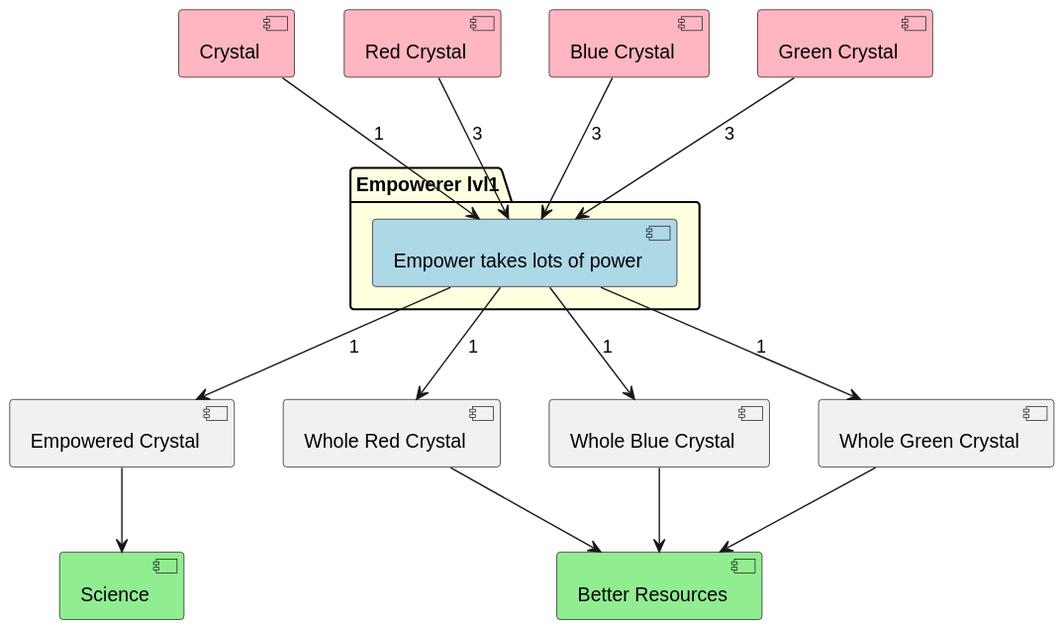
Above: Documentation/upgrade.svg in Thomas-De-Praetere/CrystalMod (PlantUML), before the change.
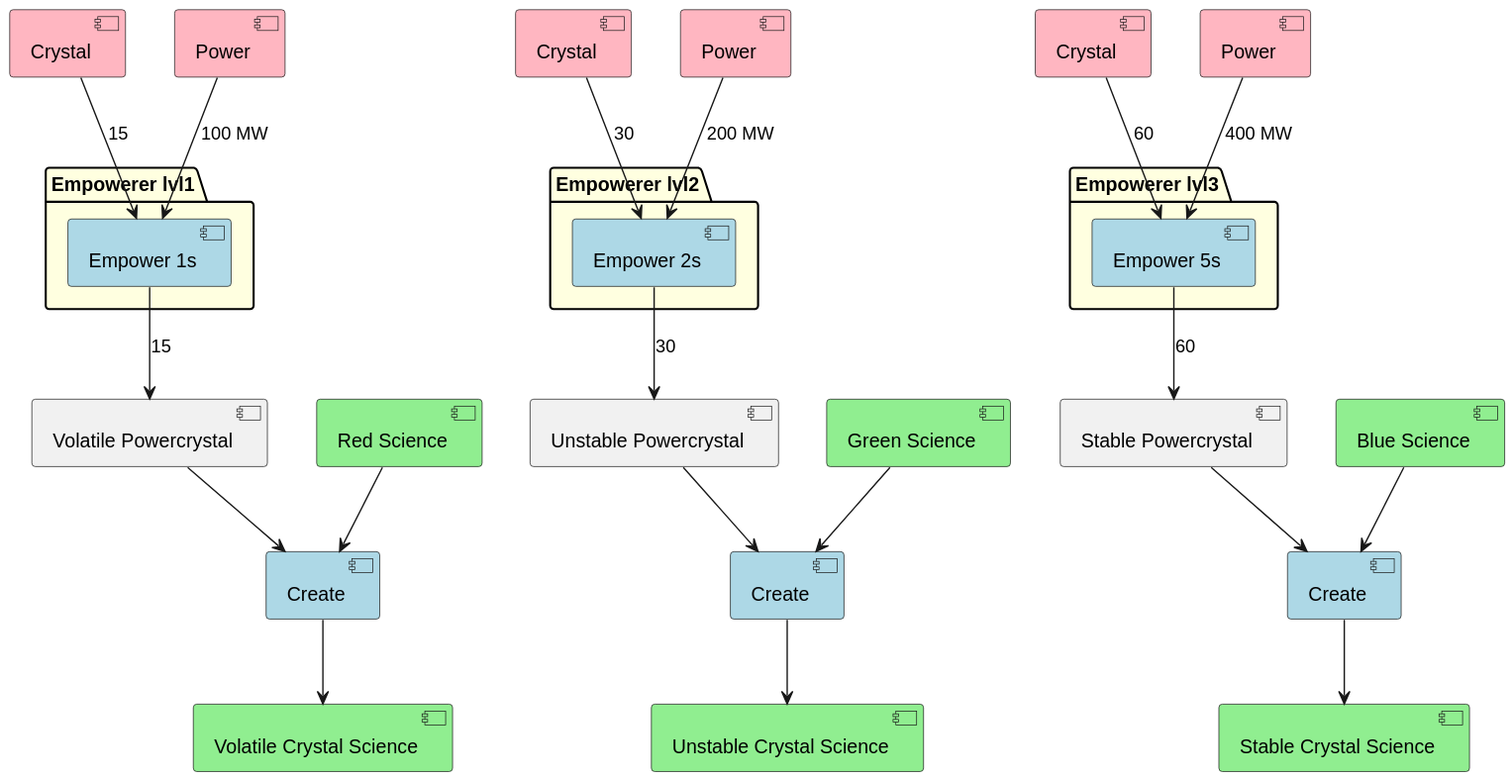
Later version of the same file.

Change to the diagram source:
```diff
@@ -4,36 +4,63 @@
 hide circle
 
 
-[Crystal] as C #lightpink
-[Red Crystal] as RC #lightpink
-[Blue Crystal] as BC #lightpink
-[Green Crystal] as GC #lightpink
+[Crystal] as C1 #lightpink
+[Crystal] as C2 #lightpink
+[Crystal] as C3 #lightpink
+
+[Power] as P1 #lightpink
+[Power] as P2 #lightpink
+[Power] as P3 #lightpink
 
 package "Empowerer lvl1" #lightyellow {
-    [Empower takes lots of power] as EMP #lightblue
+    [Empower 1s] as EMP1 #lightblue
 }
 
-[Empowered Crystal] as EC
-[Whole Red Crystal] as ERC
-[Whole Blue Crystal] as EBC
-[Whole Green Crystal] as EGC
+package "Empowerer lvl2" #lightyellow {
+    [Empower 2s] as EMP2 #lightblue
+}
 
-[Science] as S #lightgreen
-[Better Resources] as BR #lightgreen
+package "Empowerer lvl3" #lightyellow {
+    [Empower 5s] as EMP3 #lightblue
+}
 
-C --> EMP : 1
-RC --> EMP : 3
-BC --> EMP : 3
-GC --> EMP : 3
+[Volatile Powercrystal] as VPC
+[Unstable Powercrystal] as UPC
+[Stable Powercrystal] as SPC
 
-EMP --> EC : 1
-EMP --> ERC : 1
-EMP --> EBC : 1
-EMP --> EGC : 1
+[Red Science] as RS #lightgreen
+[Green Science] as GS #lightgreen
+[Blue Science] as BS #lightgreen
 
-EC --> S
+[Create] as Cr1 #lightblue
+[Create] as Cr2 #lightblue
+[Create] as Cr3 #lightblue
 
-ERC --> BR
-EBC --> BR
-EGC --> BR
+[Volatile Crystal Science] as VS #lightgreen
+[Unstable Crystal Science] as US #lightgreen
+[Stable Crystal Science] as S #lightgreen
+
+C1 --> EMP1 : 15
+C2 --> EMP2 : 30
+C3 --> EMP3 : 60
+
+P1 --> EMP1 : 100 MW
+P2 --> EMP2 : 200 MW
+P3 --> EMP3 : 400 MW
+
+EMP1 --> VPC : 15
+EMP2 --> UPC : 30
+EMP3 --> SPC : 60
+
+VPC --> Cr1
+RS --> Cr1
+Cr1 --> VS
+
+UPC --> Cr2
+GS --> Cr2
+Cr2 --> US
+
+SPC --> Cr3
+BS --> Cr3
+Cr3 --> S
 @enduml
```
